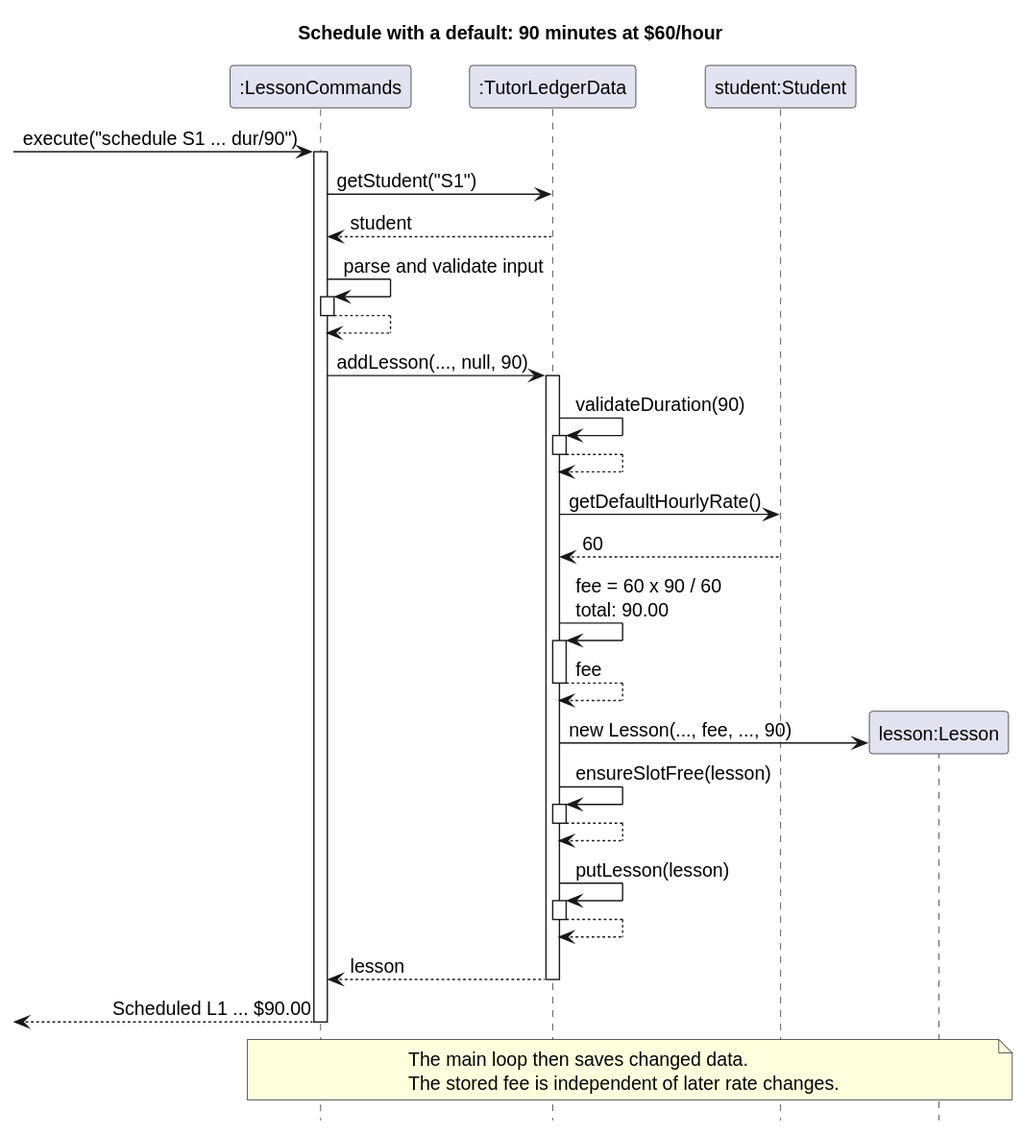
This is docs/diagrams/hourly-rate-schedule-sequence.svg from AY2627S1-CS2113-W12-2/tp, a PlantUML export, as it was before one commit.
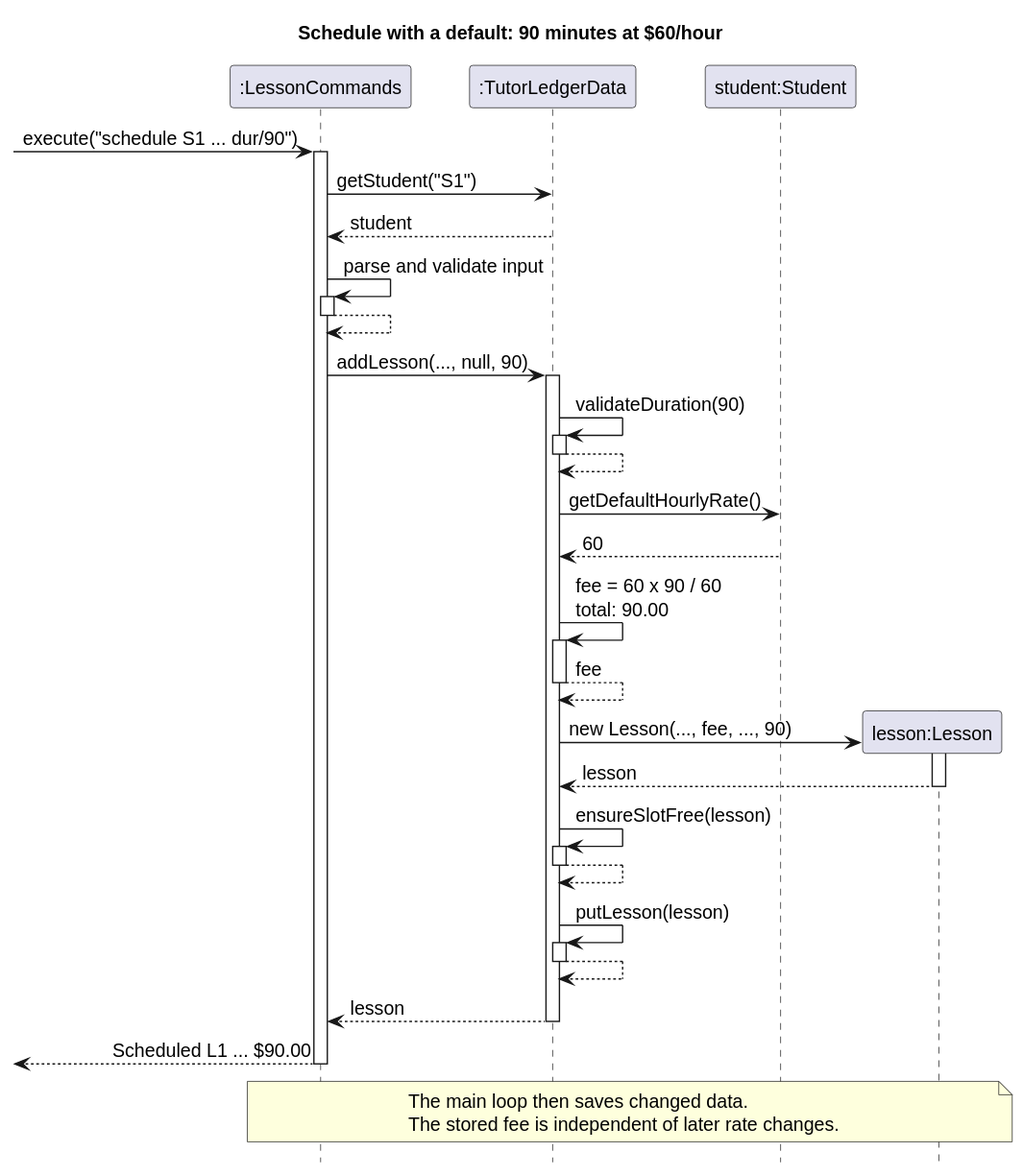
The same file after the commit.

Commit message:
DG: Add return arrows to constructor calls in hourly-rate diagrams

Diff of the diagram source:
```diff
@@ -32,6 +32,9 @@
 deactivate Data
 create Lesson
 Data -> Lesson : new Lesson(..., fee, ..., 90)
+activate Lesson
+Lesson --> Data : lesson
+deactivate Lesson
 Data -> Data : ensureSlotFree(lesson)
 activate Data
 Data --> Data
```
